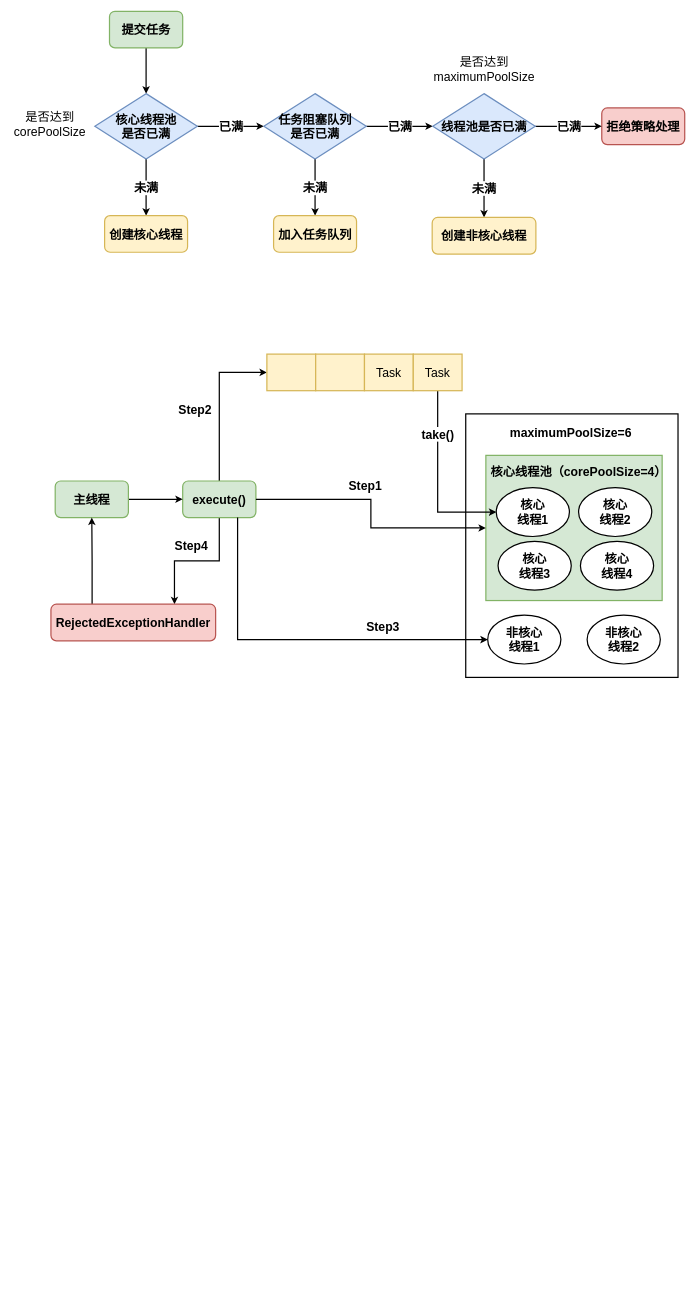
Before: A Java基础/架构图/线程池.drawio in AmosLLc/NanoNotes, a draw.io diagram. Source tidied: cells renumbered, new cells numbered last; positions are measured from the earlier drawing's top-left corner, leaving out a move shared by most shapes. Both pictures are drawn from the tidied source at 61%, with x=0, y=0 at pixel (10, 11).
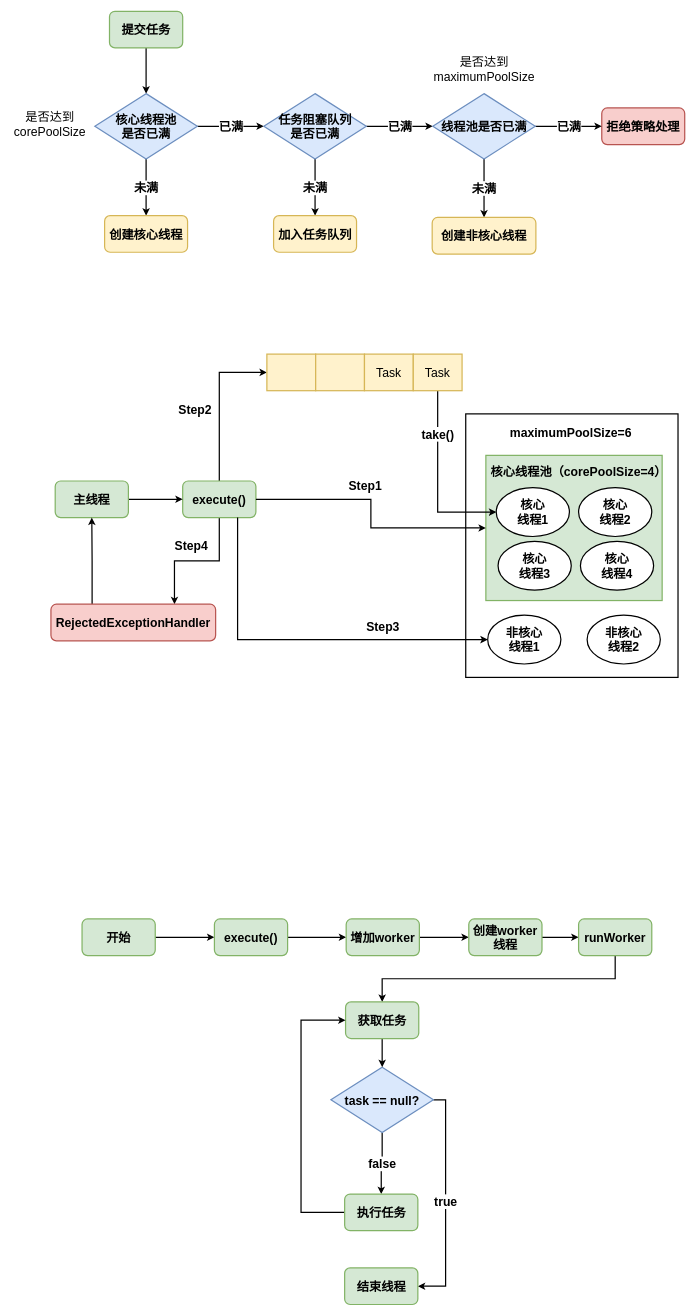
After the change.

What changed in the source:
```diff
@@
+    <mxCell id="47" style="edgeStyle=orthogonalEdgeStyle;rounded=0;jettySize=auto;html=1;exitX=1;exitY=0.5;exitDx=0;exitDy=0;entryX=0;entryY=0.5;entryDx=0;entryDy=0;strokeWidth=2;fontSize=20;" parent="1" edge="1" source="48" target="53">
+      <mxGeometry relative="1" as="geometry" />
+    </mxCell>
+    <mxCell id="48" value="开始" style="rounded=1;whiteSpace=wrap;html=1;fontSize=20;strokeWidth=2;fillColor=#d5e8d4;strokeColor=#82b366;fontStyle=1;" parent="1" vertex="1">
+      <mxGeometry x="117" y="1488" width="120" height="60" as="geometry" />
+    </mxCell>
+    <mxCell id="49" value="false" style="edgeStyle=orthogonalEdgeStyle;rounded=0;jettySize=auto;html=1;exitX=0.5;exitY=1;exitDx=0;exitDy=0;entryX=0.5;entryY=0;entryDx=0;entryDy=0;strokeWidth=2;fontSize=20;fontStyle=1;" parent="1" edge="1" source="51" target="63">
+      <mxGeometry relative="1" as="geometry" />
+    </mxCell>
+    <mxCell id="50" value="true" style="edgeStyle=orthogonalEdgeStyle;rounded=0;jettySize=auto;html=1;exitX=1;exitY=0.5;exitDx=0;exitDy=0;entryX=1;entryY=0.5;entryDx=0;entryDy=0;strokeWidth=2;fontSize=20;fontStyle=1;" parent="1" edge="1" source="51" target="64">
+      <mxGeometry relative="1" as="geometry" />
+    </mxCell>
+    <mxCell id="51" value="task == null?" style="rhombus;whiteSpace=wrap;html=1;strokeWidth=2;fontSize=20;fontStyle=1;fillColor=#dae8fc;strokeColor=#6c8ebf;" parent="1" vertex="1">
+      <mxGeometry x="525" y="1731" width="168" height="107" as="geometry" />
+    </mxCell>
+    <mxCell id="52" style="edgeStyle=orthogonalEdgeStyle;rounded=0;jettySize=auto;html=1;exitX=1;exitY=0.5;exitDx=0;exitDy=0;strokeWidth=2;fontSize=20;" parent="1" edge="1" source="53" target="55">
+      <mxGeometry relative="1" as="geometry" />
+    </mxCell>
+    <mxCell id="53" value="execute()" style="rounded=1;whiteSpace=wrap;html=1;fontSize=20;strokeWidth=2;fillColor=#d5e8d4;strokeColor=#82b366;fontStyle=1;" parent="1" vertex="1">
+      <mxGeometry x="334" y="1488" width="120" height="60" as="geometry" />
+    </mxCell>
+    <mxCell id="54" style="edgeStyle=orthogonalEdgeStyle;rounded=0;jettySize=auto;html=1;exitX=1;exitY=0.5;exitDx=0;exitDy=0;strokeWidth=2;fontSize=20;" parent="1" edge="1" source="55" target="57">
+      <mxGeometry relative="1" as="geometry" />
+    </mxCell>
+    <mxCell id="55" value="增加worker" style="rounded=1;whiteSpace=wrap;html=1;fontSize=20;strokeWidth=2;fillColor=#d5e8d4;strokeColor=#82b366;fontStyle=1;" parent="1" vertex="1">
+      <mxGeometry x="550" y="1488" width="120" height="60" as="geometry" />
+    </mxCell>
+    <mxCell id="56" style="edgeStyle=orthogonalEdgeStyle;rounded=0;jettySize=auto;html=1;exitX=1;exitY=0.5;exitDx=0;exitDy=0;entryX=0;entryY=0.5;entryDx=0;entryDy=0;strokeWidth=2;fontSize=20;" parent="1" edge="1" source="57" target="59">
+      <mxGeometry relative="1" as="geometry" />
+    </mxCell>
+    <mxCell id="57" value="创建worker线程" style="rounded=1;whiteSpace=wrap;html=1;fontSize=20;strokeWidth=2;fillColor=#d5e8d4;strokeColor=#82b366;fontStyle=1;" parent="1" vertex="1">
+      <mxGeometry x="751" y="1488" width="120" height="60" as="geometry" />
+    </mxCell>
+    <mxCell id="58" style="edgeStyle=orthogonalEdgeStyle;rounded=0;jettySize=auto;html=1;exitX=0.5;exitY=1;exitDx=0;exitDy=0;entryX=0.5;entryY=0;entryDx=0;entryDy=0;strokeWidth=2;fontSize=20;" parent="1" edge="1" source="59" target="61">
+      <mxGeometry relative="1" as="geometry" />
+    </mxCell>
+    <mxCell id="59" value="runWorker" style="rounded=1;whiteSpace=wrap;html=1;fontSize=20;strokeWidth=2;fillColor=#d5e8d4;strokeColor=#82b366;fontStyle=1;" parent="1" vertex="1">
+      <mxGeometry x="931" y="1488" width="120" height="60" as="geometry" />
+    </mxCell>
+    <mxCell id="60" style="edgeStyle=orthogonalEdgeStyle;rounded=0;jettySize=auto;html=1;exitX=0.5;exitY=1;exitDx=0;exitDy=0;entryX=0.5;entryY=0;entryDx=0;entryDy=0;strokeWidth=2;fontSize=20;" parent="1" edge="1" source="61" target="51">
+      <mxGeometry relative="1" as="geometry" />
+    </mxCell>
+    <mxCell id="61" value="获取任务" style="rounded=1;whiteSpace=wrap;html=1;fontSize=20;strokeWidth=2;fillColor=#d5e8d4;strokeColor=#82b366;fontStyle=1;" parent="1" vertex="1">
+      <mxGeometry x="549" y="1624" width="120" height="60" as="geometry" />
+    </mxCell>
+    <mxCell id="62" style="edgeStyle=orthogonalEdgeStyle;rounded=0;jettySize=auto;html=1;exitX=0;exitY=0.5;exitDx=0;exitDy=0;entryX=0;entryY=0.5;entryDx=0;entryDy=0;strokeWidth=2;fontSize=20;" parent="1" edge="1" source="63" target="61">
+      <mxGeometry relative="1" as="geometry">
+        <Array as="points">
+          <mxPoint x="476" y="1969" />
+          <mxPoint x="476" y="1654" />
+        </Array>
+      </mxGeometry>
+    </mxCell>
+    <mxCell id="63" value="执行任务" style="rounded=1;whiteSpace=wrap;html=1;fontSize=20;strokeWidth=2;fillColor=#d5e8d4;strokeColor=#82b366;fontStyle=1;" parent="1" vertex="1">
+      <mxGeometry x="547.5" y="1939" width="120" height="60" as="geometry" />
+    </mxCell>
+    <mxCell id="64" value="结束线程" style="rounded=1;whiteSpace=wrap;html=1;fontSize=20;strokeWidth=2;fillColor=#d5e8d4;strokeColor=#82b366;fontStyle=1;" parent="1" vertex="1">
+      <mxGeometry x="547.5" y="2060" width="120" height="60" as="geometry" />
+    </mxCell>
```
